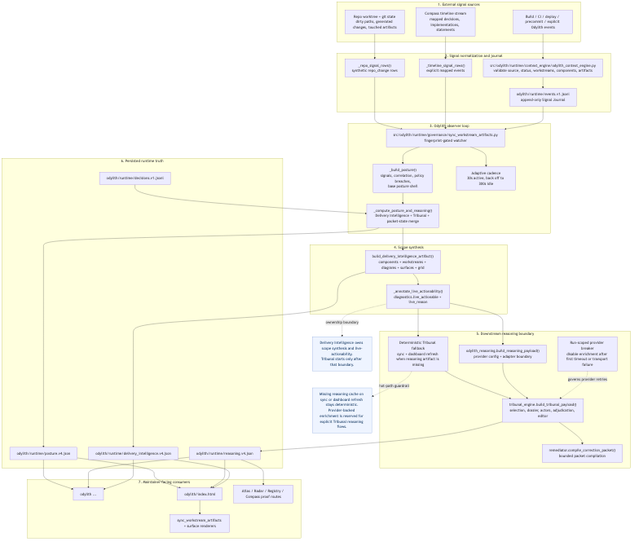
Before: odylith/atlas/source/odylith-delivery-intelligence-signal-journal-and-observer-pipeline.png, a diagram exported from Mermaid (odylith/odylith). Its source is kept beside it as odylith/atlas/source/odylith-delivery-intelligence-signal-journal-and-observer-pipeline.mmd. The source it was exported from:
```mermaid
flowchart TB
  subgraph Sources["1. External signal sources"]
    Repo["Repo worktree + git state<br/>dirty paths, generated changes, touched artifacts"]
    Compass["Compass timeline stream<br/>mapped decisions, implementations, statements"]
    Runtime["Build / CI / deploy / precommit / explicit Odylith events"]
  end

  subgraph Journal["2. Signal normalization and journal"]
    RepoRows["_repo_signal_rows()<br/>synthetic repo_change rows"]
    TimelineRows["_timeline_signal_rows()<br/>explicit mapped events"]
    Logger["src/odylith/runtime/context_engine/odylith_context_engine.py<br/>validate source, status, workstreams, components, artifacts"]
    Events["odylith/runtime/events.v1.jsonl<br/>append-only Signal Journal"]
  end

  subgraph Observer["3. Odylith observer loop"]
    Watcher["src/odylith/runtime/governance/sync_workstream_artifacts.py<br/>fingerprint-gated watcher"]
    Posture["_build_posture()<br/>signals, correlation, policy breaches,<br/>base posture shell"]
    Cadence["Adaptive cadence<br/>30s active, back off to 300s idle"]
    Merge["_compute_posture_and_reasoning()<br/>Delivery Intelligence + Tribunal + packet-state merge"]
  end

  subgraph Delivery["4. Scope synthesis"]
    Artifact["build_delivery_intelligence_artifact()<br/>components + workstreams + diagrams + surfaces + grid"]
    Live["_annotate_live_actionability()<br/>diagnostics.live_actionable + live_reason"]
  end

  subgraph Tribunal["5. Downstream reasoning boundary"]
    Fallback["Deterministic Tribunal fallback<br/>sync + dashboard refresh when reasoning artifact is missing"]
    Adapter["odylith_reasoning.build_reasoning_payload()<br/>provider config + adapter boundary"]
    Engine["tribunal_engine.build_tribunal_payload()<br/>selection, dossier, actors, adjudication, editor"]
    Breaker["Run-scoped provider breaker<br/>disable enrichment after first timeout or transport failure"]
    Remediator["remediator.compile_correction_packet()<br/>bounded packet compilation"]
  end

  subgraph RuntimeStore["6. Persisted runtime truth"]
    PostureFile["odylith/runtime/posture.v4.json"]
    ReasoningFile["odylith/runtime/reasoning.v4.json"]
    DeliveryFile["odylith/runtime/delivery_intelligence.v4.json"]
    DecisionLedger["odylith/runtime/decisions.v1.jsonl"]
  end

  subgraph Consumers["7. Maintainer-facing consumers"]
    CLI["odylith ..."]
    Dashboard["odylith/index.html"]
    Atlas["Atlas / Radar / Registry / Compass proof routes"]
    Sync["sync_workstream_artifacts + surface renderers"]
  end

  Repo --> RepoRows
  Compass --> TimelineRows
  Runtime --> Logger
  Logger --> Events

  RepoRows --> Watcher
  TimelineRows --> Watcher
  Events --> Watcher

  Watcher --> Cadence
  Watcher --> Posture
  Posture --> Merge
  Merge --> Artifact
  Artifact --> Live
  Live --> Fallback
  Live --> Adapter
  Fallback --> Engine
  Adapter --> Engine
  Breaker -. governs provider retries .-> Engine
  Engine --> Remediator

  Artifact --> DeliveryFile
  Merge --> PostureFile
  Engine --> ReasoningFile
  DecisionLedger --> Merge

  PostureFile --> CLI
  ReasoningFile --> CLI
  DeliveryFile --> CLI
  PostureFile --> Dashboard
  ReasoningFile --> Dashboard
  DeliveryFile --> Dashboard
  ReasoningFile --> Atlas
  Dashboard --> Sync

  NoteA["Delivery Intelligence owns scope synthesis and live-actionability.<br/>Tribunal starts only after that boundary."]:::note
  NoteB["Missing reasoning cache on sync or dashboard refresh stays deterministic.<br/>Provider-backed enrichment is reserved for explicit Tribunal reasoning flows."]:::note
  Live -. ownership boundary .-> NoteA
  Fallback -. hot-path guardrail .-> NoteB

  classDef note fill:#eef4ff,stroke:#7a9ad8,color:#163a63;
```
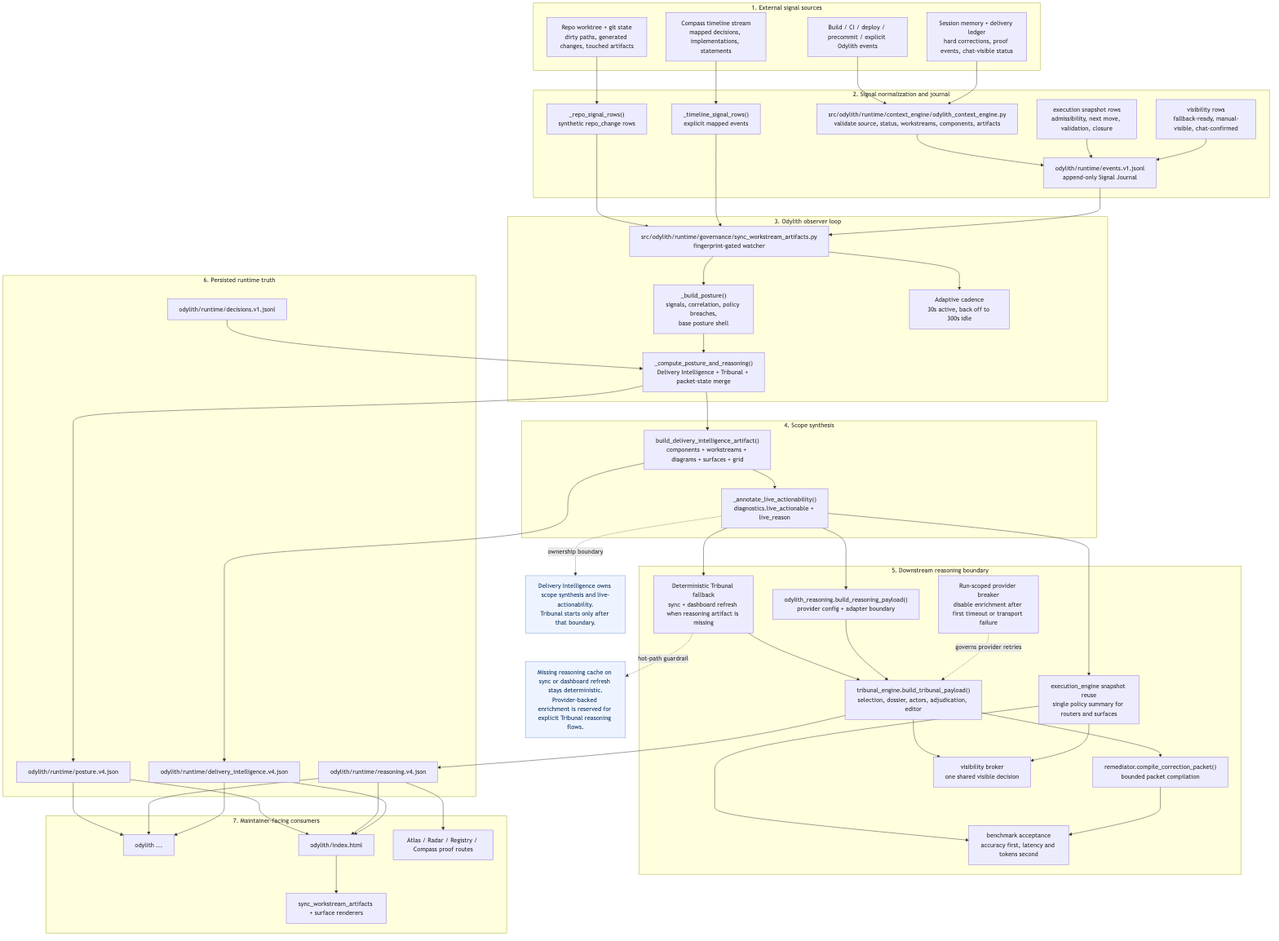
Above is the later version.

What changed in the source:
```diff
@@ -3,12 +3,15 @@
     Repo["Repo worktree + git state<br/>dirty paths, generated changes, touched artifacts"]
     Compass["Compass timeline stream<br/>mapped decisions, implementations, statements"]
     Runtime["Build / CI / deploy / precommit / explicit Odylith events"]
+    Session["Session memory + delivery ledger<br/>hard corrections, proof events, chat-visible status"]
   end
 
   subgraph Journal["2. Signal normalization and journal"]
     RepoRows["_repo_signal_rows()<br/>synthetic repo_change rows"]
     TimelineRows["_timeline_signal_rows()<br/>explicit mapped events"]
     Logger["src/odylith/runtime/context_engine/odylith_context_engine.py<br/>validate source, status, workstreams, components, artifacts"]
+    ExecutionRows["execution snapshot rows<br/>admissibility, next move, validation, closure"]
+    VisibilityRows["visibility rows<br/>fallback-ready, manual-visible, chat-confirmed"]
     Events["odylith/runtime/events.v1.jsonl<br/>append-only Signal Journal"]
   end
 
@@ -30,6 +33,9 @@
     Engine["tribunal_engine.build_tribunal_payload()<br/>selection, dossier, actors, adjudication, editor"]
     Breaker["Run-scoped provider breaker<br/>disable enrichment after first timeout or transport failure"]
     Remediator["remediator.compile_correction_packet()<br/>bounded packet compilation"]
+    Execution["execution_engine snapshot reuse<br/>single policy summary for routers and surfaces"]
+    Visibility["visibility broker<br/>one shared visible decision"]
+    Benchmark["benchmark acceptance<br/>accuracy first, latency and tokens second"]
   end
 
   subgraph RuntimeStore["6. Persisted runtime truth"]
@@ -49,7 +55,10 @@
   Repo --> RepoRows
   Compass --> TimelineRows
   Runtime --> Logger
+  Session --> Logger
   Logger --> Events
+  ExecutionRows --> Events
+  VisibilityRows --> Events
 
   RepoRows --> Watcher
   TimelineRows --> Watcher
@@ -66,6 +75,11 @@
   Adapter --> Engine
   Breaker -. governs provider retries .-> Engine
   Engine --> Remediator
+  Live --> Execution
+  Engine --> Visibility
+  Execution --> Visibility
+  Execution --> Benchmark
+  Remediator --> Benchmark
 
   Artifact --> DeliveryFile
   Merge --> PostureFile
```
